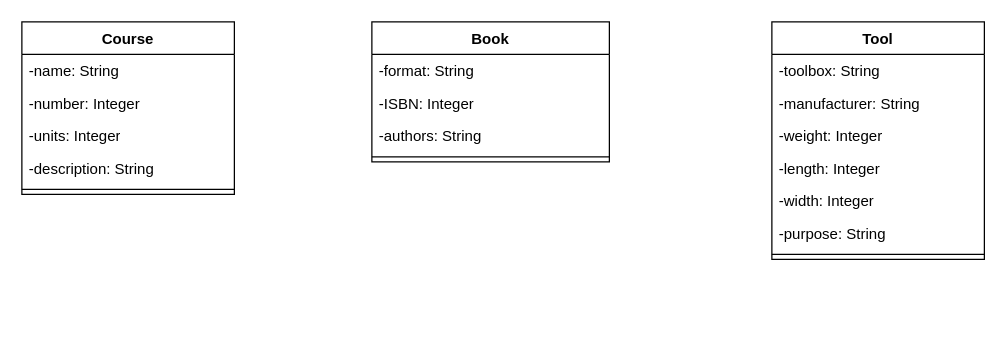
Before: Identify & Define Classes & Attributes Cole Hartman.drawio in Cole-Hartman/database-UML, a draw.io diagram. Source tidied: cells renumbered, new cells numbered last; positions are measured from the earlier drawing's top-left corner, leaving out a move shared by most shapes. Both pictures are drawn from the tidied source at 125%, with x=0, y=0 at pixel (21, 21).
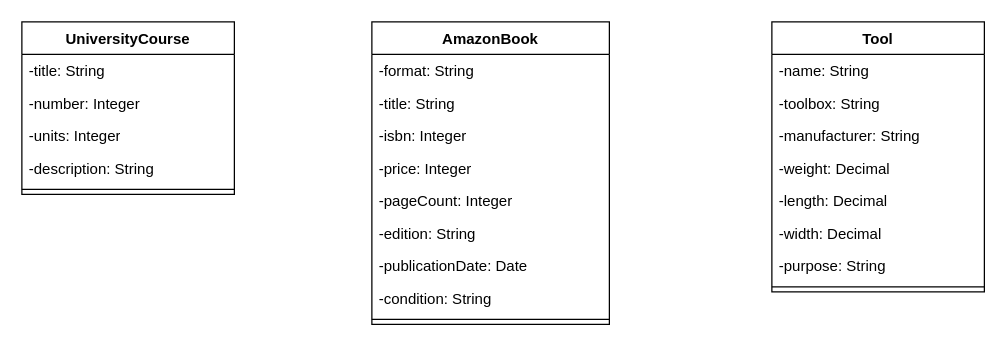
The same page after the edit.

Diff of the diagram source:
```diff
@@
-    <mxCell id="2" value="Course" style="swimlane;fontStyle=1;align=center;verticalAlign=top;horizontal=1;startSize=26;whiteSpace=wrap;html=1;" parent="1" vertex="1">
+    <mxCell id="2" value="UniversityCourse" style="swimlane;fontStyle=1;align=center;verticalAlign=top;horizontal=1;startSize=26;whiteSpace=wrap;html=1;" parent="1" vertex="1">
       <mxGeometry width="170" height="138" as="geometry" />
     </mxCell>
+    <mxCell id="21" value="-title: String" style="text;strokeColor=none;fillColor=none;align=left;verticalAlign=top;spacingLeft=4;spacingRight=4;overflow=hidden;whiteSpace=wrap;html=1;" parent="2" vertex="1">
+      <mxGeometry y="26" width="170" height="26" as="geometry" />
+    </mxCell>
-    <mxCell id="3" value="-name: String" style="text;strokeColor=none;fillColor=none;align=left;verticalAlign=top;spacingLeft=4;spacingRight=4;overflow=hidden;whiteSpace=wrap;html=1;" parent="2" vertex="1">
-      <mxGeometry y="26" width="170" height="26" as="geometry" />
+    <mxCell id="3" value="-number: Integer" style="text;strokeColor=none;fillColor=none;align=left;verticalAlign=top;spacingLeft=4;spacingRight=4;overflow=hidden;whiteSpace=wrap;html=1;" parent="2" vertex="1">
+      <mxGeometry y="52" width="170" height="26" as="geometry" />
     </mxCell>
-    <mxCell id="4" value="-number: Integer" style="text;strokeColor=none;fillColor=none;align=left;verticalAlign=top;spacingLeft=4;spacingRight=4;overflow=hidden;whiteSpace=wrap;html=1;" parent="2" vertex="1">
-      <mxGeometry y="52" width="170" height="26" as="geometry" />
-    </mxCell>
@@
-    <mxCell id="8" value="Book" style="swimlane;fontStyle=1;align=center;verticalAlign=top;horizontal=1;startSize=26;whiteSpace=wrap;html=1;" parent="1" vertex="1">
-      <mxGeometry x="280" width="190" height="112" as="geometry" />
+    <mxCell id="8" value="AmazonBook" style="swimlane;fontStyle=1;align=center;verticalAlign=top;horizontal=1;startSize=26;whiteSpace=wrap;html=1;" parent="1" vertex="1">
+      <mxGeometry x="280" width="190" height="242" as="geometry" />
     </mxCell>
@@
+    <mxCell id="22" value="-title: String" style="text;strokeColor=none;fillColor=none;align=left;verticalAlign=top;spacingLeft=4;spacingRight=4;overflow=hidden;whiteSpace=wrap;html=1;" parent="8" vertex="1">
+      <mxGeometry y="52" width="190" height="26" as="geometry" />
+    </mxCell>
-    <mxCell id="10" value="-ISBN: Integer" style="text;strokeColor=none;fillColor=none;align=left;verticalAlign=top;spacingLeft=4;spacingRight=4;overflow=hidden;whiteSpace=wrap;html=1;" parent="8" vertex="1">
-      <mxGeometry y="52" width="190" height="26" as="geometry" />
+    <mxCell id="10" value="-isbn: Integer" style="text;strokeColor=none;fillColor=none;align=left;verticalAlign=top;spacingLeft=4;spacingRight=4;overflow=hidden;whiteSpace=wrap;html=1;" parent="8" vertex="1">
+      <mxGeometry y="78" width="190" height="26" as="geometry" />
     </mxCell>
-    <mxCell id="11" value="-authors: String&lt;span style=&quot;white-space: pre;&quot;&gt;&#9;&lt;/span&gt;" style="text;strokeColor=none;fillColor=none;align=left;verticalAlign=top;spacingLeft=4;spacingRight=4;overflow=hidden;whiteSpace=wrap;html=1;" parent="8" vertex="1">
-      <mxGeometry y="78" width="190" height="26" as="geometry" />
-    </mxCell>
+    <mxCell id="23" value="-price: Integer" style="text;strokeColor=none;fillColor=none;align=left;verticalAlign=top;spacingLeft=4;spacingRight=4;overflow=hidden;whiteSpace=wrap;html=1;" parent="8" vertex="1">
+      <mxGeometry y="104" width="190" height="26" as="geometry" />
+    </mxCell>
+    <mxCell id="24" value="-pageCount: Integer" style="text;strokeColor=none;fillColor=none;align=left;verticalAlign=top;spacingLeft=4;spacingRight=4;overflow=hidden;whiteSpace=wrap;html=1;" parent="8" vertex="1">
+      <mxGeometry y="130" width="190" height="26" as="geometry" />
+    </mxCell>
+    <mxCell id="25" value="-edition: String" style="text;strokeColor=none;fillColor=none;align=left;verticalAlign=top;spacingLeft=4;spacingRight=4;overflow=hidden;whiteSpace=wrap;html=1;" parent="8" vertex="1">
+      <mxGeometry y="156" width="190" height="26" as="geometry" />
+    </mxCell>
+    <mxCell id="26" value="-publicationDate: Date" style="text;strokeColor=none;fillColor=none;align=left;verticalAlign=top;spacingLeft=4;spacingRight=4;overflow=hidden;whiteSpace=wrap;html=1;" parent="8" vertex="1">
+      <mxGeometry y="182" width="190" height="26" as="geometry" />
+    </mxCell>
+    <mxCell id="27" value="-condition: String" style="text;strokeColor=none;fillColor=none;align=left;verticalAlign=top;spacingLeft=4;spacingRight=4;overflow=hidden;whiteSpace=wrap;html=1;" parent="8" vertex="1">
+      <mxGeometry y="208" width="190" height="26" as="geometry" />
+    </mxCell>
     <mxCell id="12" style="line;strokeWidth=1;fillColor=none;align=left;verticalAlign=middle;spacingTop=-1;spacingLeft=3;spacingRight=3;labelPosition=right;strokeColor=inherit;" parent="8" vertex="1">
-      <mxGeometry y="104" width="190" height="8" as="geometry" />
+      <mxGeometry y="234" width="190" height="8" as="geometry" />
     </mxCell>
     <mxCell id="13" value="Tool" style="swimlane;fontStyle=1;align=center;verticalAlign=top;horizontal=1;startSize=26;whiteSpace=wrap;html=1;" parent="1" vertex="1">
-      <mxGeometry x="600" width="170" height="190" as="geometry" />
+      <mxGeometry x="600" width="170" height="216" as="geometry" />
     </mxCell>
+    <mxCell id="28" value="-name: String" style="text;strokeColor=none;fillColor=none;align=left;verticalAlign=top;spacingLeft=4;spacingRight=4;overflow=hidden;whiteSpace=wrap;html=1;" parent="13" vertex="1">
+      <mxGeometry y="26" width="170" height="26" as="geometry" />
+    </mxCell>
     <mxCell id="14" value="-toolbox: String" style="text;strokeColor=none;fillColor=none;align=left;verticalAlign=top;spacingLeft=4;spacingRight=4;overflow=hidden;whiteSpace=wrap;html=1;" parent="13" vertex="1">
-      <mxGeometry y="26" width="170" height="26" as="geometry" />
+      <mxGeometry y="52" width="170" height="26" as="geometry" />
     </mxCell>
     <mxCell id="15" value="-manufacturer: String" style="text;strokeColor=none;fillColor=none;align=left;verticalAlign=top;spacingLeft=4;spacingRight=4;overflow=hidden;whiteSpace=wrap;html=1;" parent="13" vertex="1">
-      <mxGeometry y="52" width="170" height="26" as="geometry" />
+      <mxGeometry y="78" width="170" height="26" as="geometry" />
     </mxCell>
-    <mxCell id="16" value="-weight: Integer" style="text;strokeColor=none;fillColor=none;align=left;verticalAlign=top;spacingLeft=4;spacingRight=4;overflow=hidden;whiteSpace=wrap;html=1;" parent="13" vertex="1">
-      <mxGeometry y="78" width="170" height="26" as="geometry" />
+    <mxCell id="16" value="-weight: Decimal" style="text;strokeColor=none;fillColor=none;align=left;verticalAlign=top;spacingLeft=4;spacingRight=4;overflow=hidden;whiteSpace=wrap;html=1;" parent="13" vertex="1">
+      <mxGeometry y="104" width="170" height="26" as="geometry" />
     </mxCell>
-    <mxCell id="17" value="-length: Integer" style="text;strokeColor=none;fillColor=none;align=left;verticalAlign=top;spacingLeft=4;spacingRight=4;overflow=hidden;whiteSpace=wrap;html=1;" parent="13" vertex="1">
-      <mxGeometry y="104" width="170" height="26" as="geometry" />
+    <mxCell id="17" value="-length: Decimal" style="text;strokeColor=none;fillColor=none;align=left;verticalAlign=top;spacingLeft=4;spacingRight=4;overflow=hidden;whiteSpace=wrap;html=1;" parent="13" vertex="1">
+      <mxGeometry y="130" width="170" height="26" as="geometry" />
     </mxCell>
-    <mxCell id="18" value="-width: Integer" style="text;strokeColor=none;fillColor=none;align=left;verticalAlign=top;spacingLeft=4;spacingRight=4;overflow=hidden;whiteSpace=wrap;html=1;" parent="13" vertex="1">
-      <mxGeometry y="130" width="170" height="26" as="geometry" />
+    <mxCell id="18" value="-width: Decimal" style="text;strokeColor=none;fillColor=none;align=left;verticalAlign=top;spacingLeft=4;spacingRight=4;overflow=hidden;whiteSpace=wrap;html=1;" parent="13" vertex="1">
+      <mxGeometry y="156" width="170" height="26" as="geometry" />
     </mxCell>
     <mxCell id="19" value="-purpose: String" style="text;strokeColor=none;fillColor=none;align=left;verticalAlign=top;spacingLeft=4;spacingRight=4;overflow=hidden;whiteSpace=wrap;html=1;" parent="13" vertex="1">
-      <mxGeometry y="156" width="170" height="26" as="geometry" />
+      <mxGeometry y="182" width="170" height="26" as="geometry" />
     </mxCell>
     <mxCell id="20" style="line;strokeWidth=1;fillColor=none;align=left;verticalAlign=middle;spacingTop=-1;spacingLeft=3;spacingRight=3;labelPosition=right;strokeColor=inherit;" parent="13" vertex="1">
-      <mxGeometry y="182" width="170" height="8" as="geometry" />
+      <mxGeometry y="208" width="170" height="8" as="geometry" />
     </mxCell>
```
